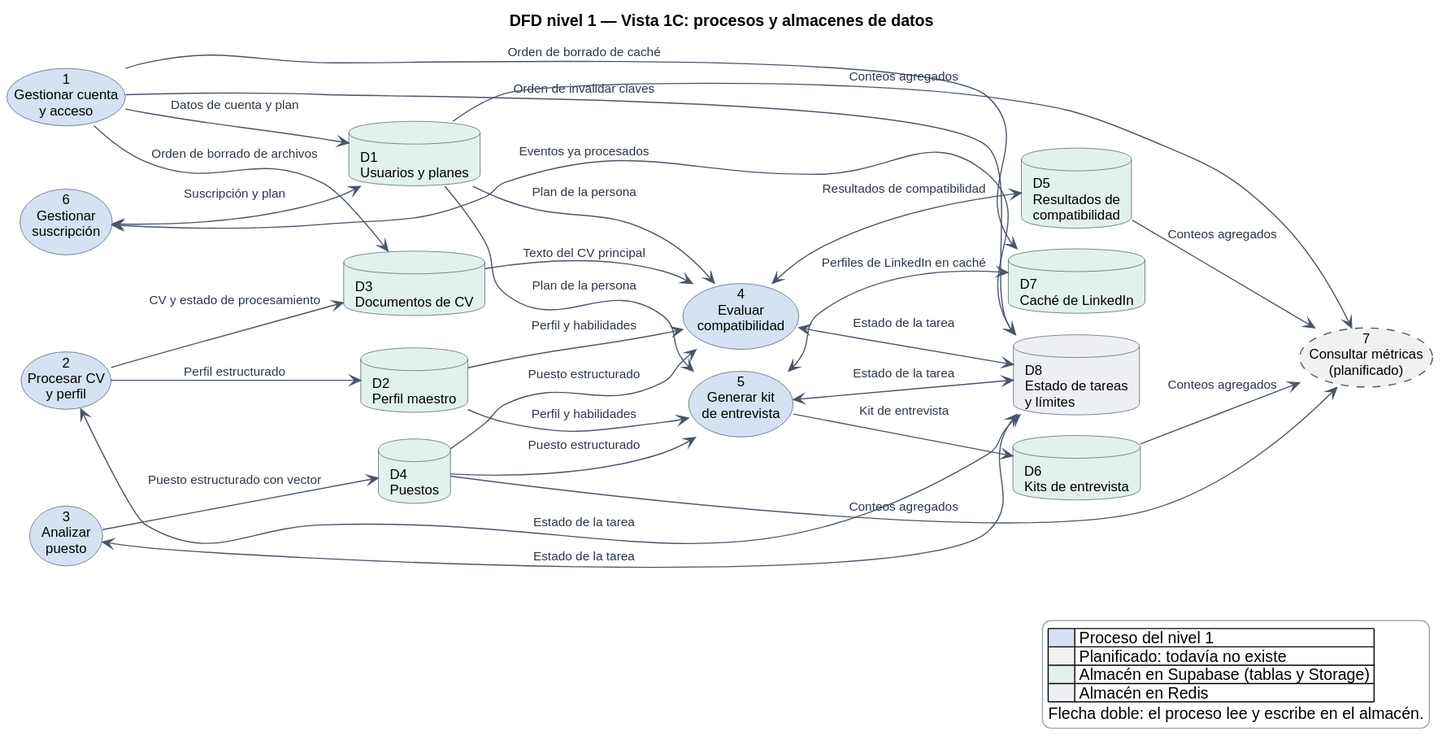
Above: docs/diagramas/dfd-nivel-1-vista-c.svg in Buatishi/Jobby (PlantUML), before the change. Its diagram source:
```plantuml
@startuml
!pragma layout smetana
left to right direction
skinparam shadowing false
skinparam defaultFontName Arial
skinparam defaultFontSize 12
skinparam ArrowColor #4A5568
skinparam ArrowFontSize 11
skinparam ArrowFontColor #2D3748
skinparam UsecaseBorderColor #4A5568
skinparam DatabaseBorderColor #4A5568
skinparam legendBackgroundColor #FFFFFF
skinparam legendBorderColor #9AA5B1

title DFD nivel 1 — Vista 1C: procesos y almacenes de datos

usecase "1\nGestionar cuenta\ny acceso" as P1 #D6E2F3
usecase "2\nProcesar CV\ny perfil" as P2 #D6E2F3
usecase "3\nAnalizar\npuesto" as P3 #D6E2F3
usecase "4\nEvaluar\ncompatibilidad" as P4 #D6E2F3
usecase "5\nGenerar kit\nde entrevista" as P5 #D6E2F3
usecase "6\nGestionar\nsuscripción" as P6 #D6E2F3
usecase "7\nConsultar métricas\n(planificado)" as P7 #F1F1F1;line.dashed

database "D1\nUsuarios y planes" as D1 #E3F1EC
database "D2\nPerfil maestro" as D2 #E3F1EC
database "D3\nDocumentos de CV" as D3 #E3F1EC
database "D4\nPuestos" as D4 #E3F1EC
database "D5\nResultados de\ncompatibilidad" as D5 #E3F1EC
database "D6\nKits de entrevista" as D6 #E3F1EC
database "D7\nCaché de LinkedIn" as D7 #E3F1EC
database "D8\nEstado de tareas\ny límites" as D8 #EDEFF2

P1 --> D1 : Datos de cuenta y plan
P1 --> D3 : Orden de borrado de archivos
P1 --> D7 : Orden de borrado de caché
P1 --> D8 : Orden de invalidar claves
P2 --> D3 : CV y estado de procesamiento
P2 --> D2 : Perfil estructurado
P3 --> D4 : Puesto estructurado con vector
D1 --> P4 : Plan de la persona
D2 --> P4 : Perfil y habilidades
D4 --> P4 : Puesto estructurado
D3 --> P4 : Texto del CV principal
P4 <--> D5 : Resultados de compatibilidad
D1 --> P5 : Plan de la persona
D2 --> P5 : Perfil y habilidades
D4 --> P5 : Puesto estructurado
P5 --> D6 : Kit de entrevista
P5 <--> D7 : Perfiles de LinkedIn en caché
P6 <--> D1 : Suscripción y plan
P2 <--> D8 : Estado de la tarea
P3 <--> D8 : Estado de la tarea
P4 <--> D8 : Estado de la tarea
P5 <--> D8 : Estado de la tarea
P6 <--> D8 : Eventos ya procesados
D1 --> P7 : Conteos agregados
D4 --> P7 : Conteos agregados
D5 --> P7 : Conteos agregados
D6 --> P7 : Conteos agregados

legend right
  |<#D6E2F3>      | Proceso del nivel 1 |
  |<#F1F1F1>      | Planificado: todavía no existe |
  |<#E3F1EC>      | Almacén en Supabase (tablas y Storage) |
  |<#EDEFF2>      | Almacén en Redis |
  Flecha doble: el proceso lee y escribe en el almacén.
endlegend
@enduml
```
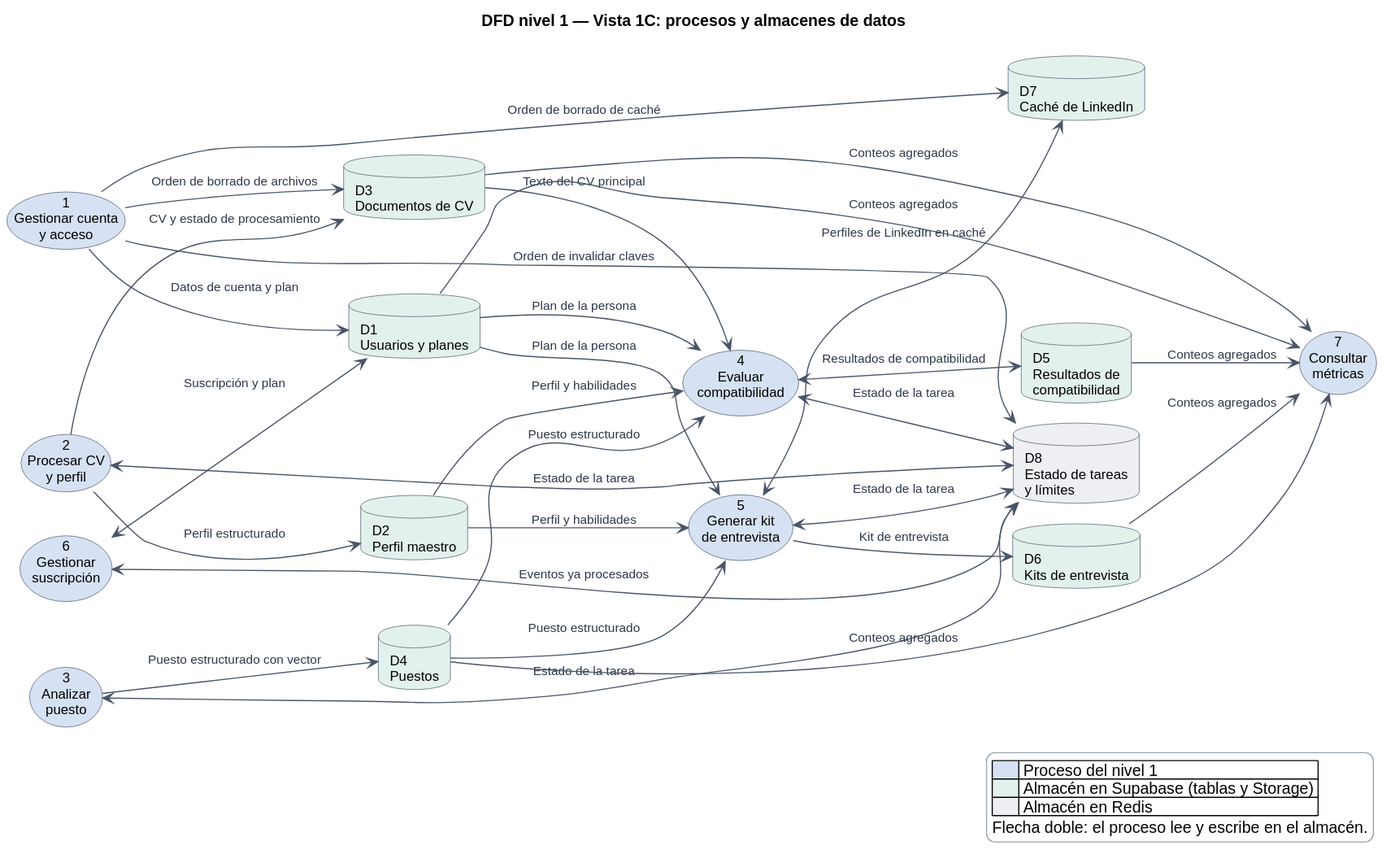
The same file after the commit.

The edit, as a diff of the source:
```diff
@@ -20,7 +20,7 @@
 usecase "4\nEvaluar\ncompatibilidad" as P4 #D6E2F3
 usecase "5\nGenerar kit\nde entrevista" as P5 #D6E2F3
 usecase "6\nGestionar\nsuscripción" as P6 #D6E2F3
-usecase "7\nConsultar métricas\n(planificado)" as P7 #F1F1F1;line.dashed
+usecase "7\nConsultar\nmétricas" as P7 #D6E2F3
 
 database "D1\nUsuarios y planes" as D1 #E3F1EC
 database "D2\nPerfil maestro" as D2 #E3F1EC
@@ -55,13 +55,13 @@
 P5 <--> D8 : Estado de la tarea
 P6 <--> D8 : Eventos ya procesados
 D1 --> P7 : Conteos agregados
+D3 --> P7 : Conteos agregados
 D4 --> P7 : Conteos agregados
 D5 --> P7 : Conteos agregados
 D6 --> P7 : Conteos agregados
 
 legend right
   |<#D6E2F3>      | Proceso del nivel 1 |
-  |<#F1F1F1>      | Planificado: todavía no existe |
   |<#E3F1EC>      | Almacén en Supabase (tablas y Storage) |
   |<#EDEFF2>      | Almacén en Redis |
   Flecha doble: el proceso lee y escribe en el almacén.
```
